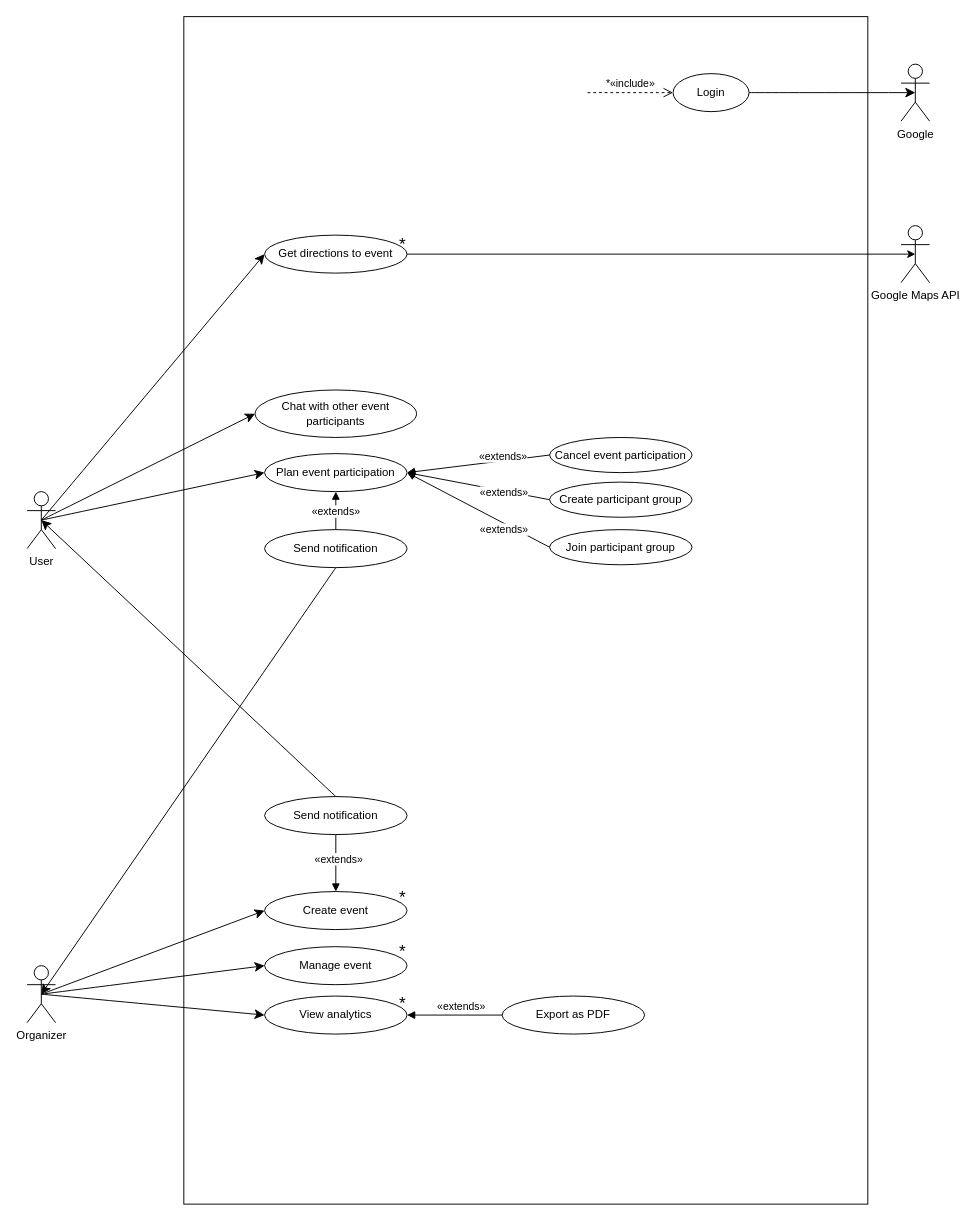
Earlier version of the draw.io diagram deliverables/UC - Use Case diagram/UC - diagram.drawio (Trossi-Oberi/ispwproject-2324). Source tidied: cells renumbered, new cells numbered last; positions are measured from the earlier drawing's top-left corner, leaving out a move shared by most shapes. Both pictures are drawn from the tidied source at 95%, with x=0, y=0 at pixel (27, 16).
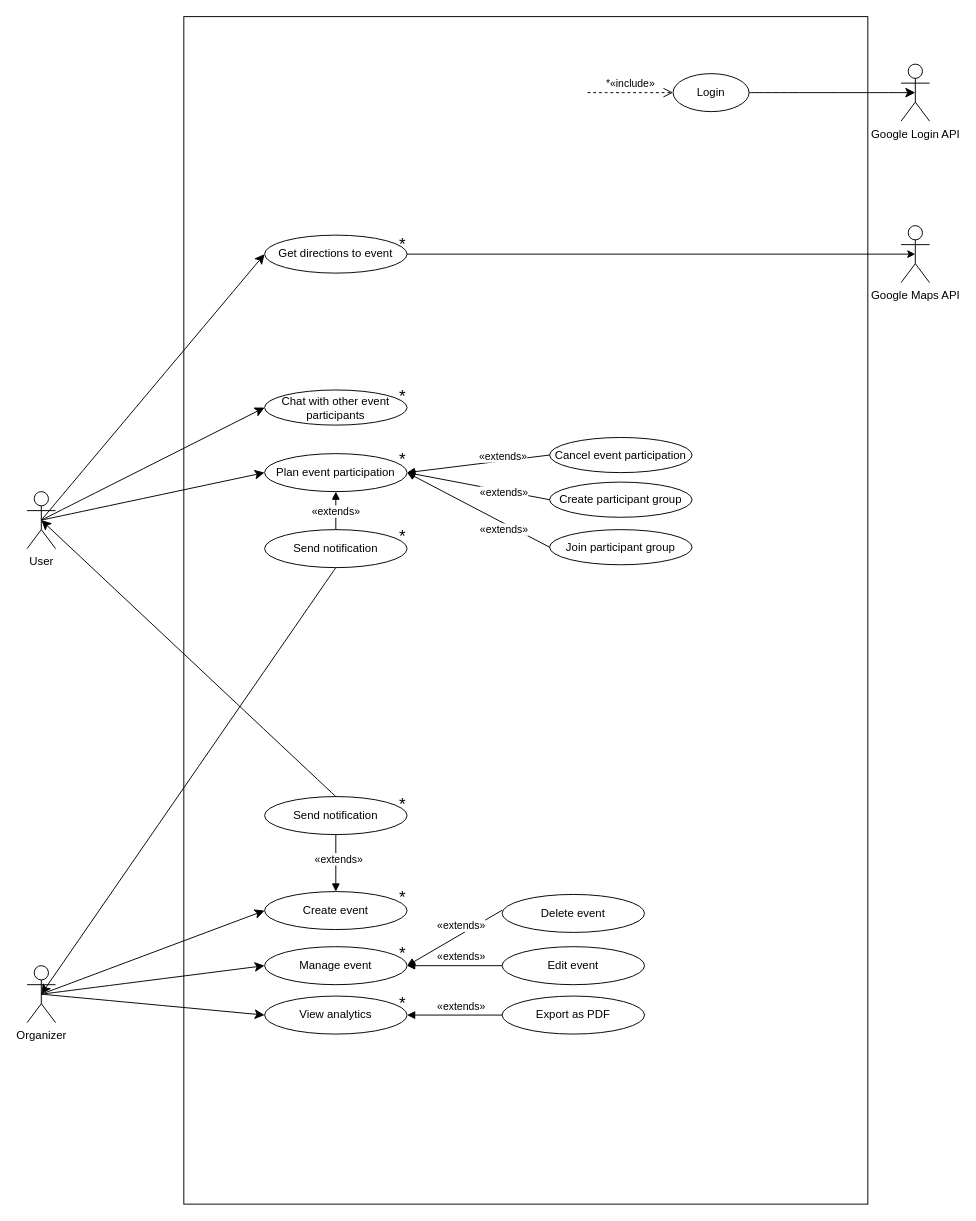
After the change.

Unchanged cells that the change refers to:
```xml
<mxCell id="20" value="Manage event" style="ellipse;whiteSpace=wrap;html=1;" parent="1" vertex="1">
  <mxGeometry x="250" y="979" width="150" height="40" as="geometry" />
</mxCell>
```

The edit, as a diff of the source:
```diff
@@
     <mxCell id="28" value="&lt;font style=&quot;font-size: 18px;&quot;&gt;*&lt;/font&gt;" style="text;html=1;align=center;verticalAlign=middle;strokeColor=none;fillColor=none;" parent="1" vertex="1">
-      <mxGeometry x="380" y="964" width="30" height="40" as="geometry" />
+      <mxGeometry x="380" y="966" width="30" height="40" as="geometry" />
     </mxCell>
@@
-    <mxCell id="33" value="Google" style="shape=umlActor;verticalLabelPosition=bottom;verticalAlign=top;html=1;" parent="1" vertex="1">
+    <mxCell id="33" value="Google Login API&lt;div&gt;&lt;br/&gt;&lt;/div&gt;" style="shape=umlActor;verticalLabelPosition=bottom;verticalAlign=top;html=1;" parent="1" vertex="1">
       <mxGeometry x="920" y="50" width="30" height="60" as="geometry" />
     </mxCell>
@@
     <mxCell id="41" value="Chat with other event participants" style="ellipse;whiteSpace=wrap;html=1;" parent="1" vertex="1">
-      <mxGeometry x="240" y="393" width="170" height="50" as="geometry" />
+      <mxGeometry x="250" y="393" width="150" height="37" as="geometry" />
     </mxCell>
@@
+    <mxCell id="43" value="&lt;font style=&quot;font-size: 18px;&quot;&gt;*&lt;/font&gt;" style="text;html=1;align=center;verticalAlign=middle;strokeColor=none;fillColor=none;" parent="1" vertex="1">
+      <mxGeometry x="380" y="380" width="30" height="40" as="geometry" />
+    </mxCell>
+    <mxCell id="44" value="&lt;font style=&quot;font-size: 18px;&quot;&gt;*&lt;/font&gt;" style="text;html=1;align=center;verticalAlign=middle;strokeColor=none;fillColor=none;" parent="1" vertex="1">
+      <mxGeometry x="380" y="447" width="30" height="40" as="geometry" />
+    </mxCell>
+    <mxCell id="45" value="&lt;font style=&quot;font-size: 18px;&quot;&gt;*&lt;/font&gt;" style="text;html=1;align=center;verticalAlign=middle;strokeColor=none;fillColor=none;" parent="1" vertex="1">
+      <mxGeometry x="380" y="527" width="30" height="40" as="geometry" />
+    </mxCell>
+    <mxCell id="46" value="Edit event" style="ellipse;whiteSpace=wrap;html=1;" parent="1" vertex="1">
+      <mxGeometry x="500" y="979" width="150" height="40" as="geometry" />
+    </mxCell>
+    <mxCell id="47" value="Delete event" style="ellipse;whiteSpace=wrap;html=1;" parent="1" vertex="1">
+      <mxGeometry x="500" y="924" width="150" height="40" as="geometry" />
+    </mxCell>
+    <mxCell id="48" value="«extends»" style="html=1;verticalAlign=bottom;endArrow=block;curved=0;rounded=0;exitX=0;exitY=0.5;exitDx=0;exitDy=0;entryX=1;entryY=0.5;entryDx=0;entryDy=0;" parent="1" edge="1" target="20">
+      <mxGeometry x="-0.14" relative="1" as="geometry">
+        <mxPoint x="500" y="940.7" as="sourcePoint" />
+      </mxGeometry>
+    </mxCell>
+    <mxCell id="49" value="«extends»" style="html=1;verticalAlign=bottom;endArrow=block;curved=0;rounded=0;exitX=0;exitY=0.5;exitDx=0;exitDy=0;" parent="1" edge="1">
+      <mxGeometry x="-0.14" relative="1" as="geometry">
+        <mxPoint x="500" y="999" as="sourcePoint" />
+        <mxPoint x="400" y="999" as="targetPoint" />
+      </mxGeometry>
+    </mxCell>
+    <mxCell id="50" value="&lt;font style=&quot;font-size: 18px;&quot;&gt;*&lt;/font&gt;" style="text;html=1;align=center;verticalAlign=middle;strokeColor=none;fillColor=none;" parent="1" vertex="1">
+      <mxGeometry x="380" y="810" width="30" height="40" as="geometry" />
+    </mxCell>
```
